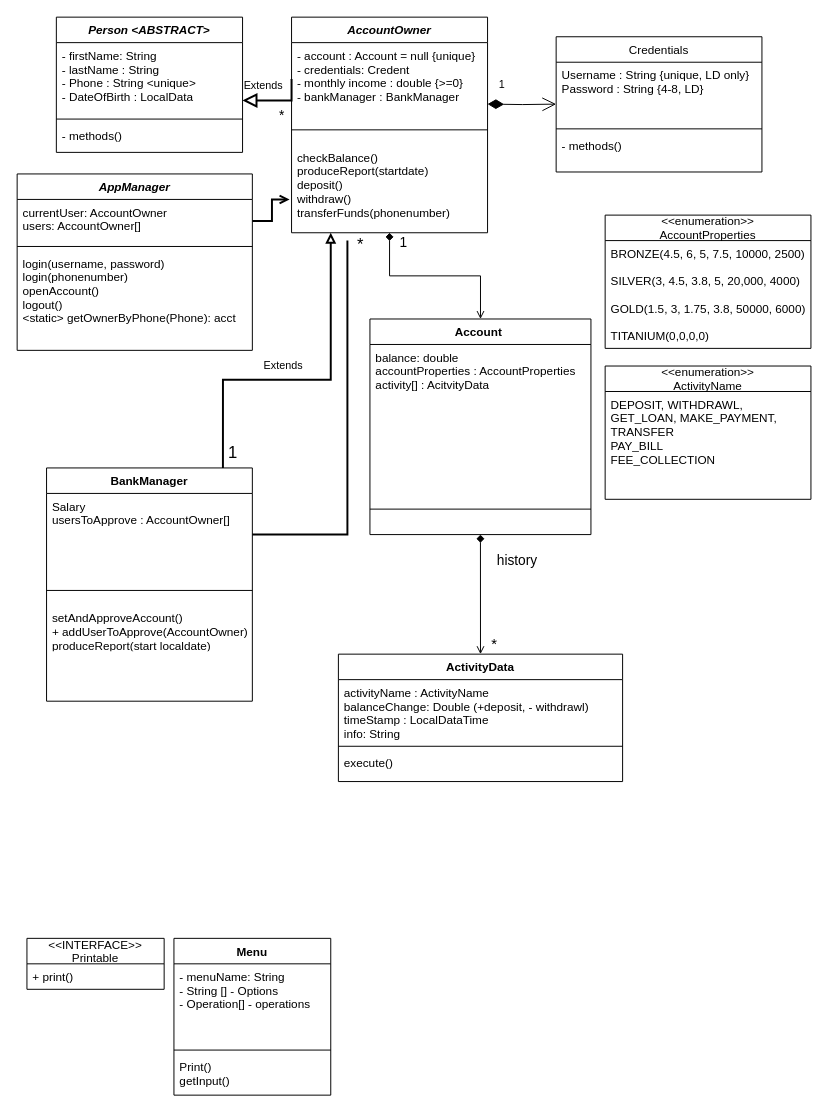
Above: Documents/BankingProjectUML.drawio in amirshac/BankingProject (draw.io), before the change. Source tidied: cells renumbered, new cells numbered last; positions are measured from the earlier drawing's top-left corner, leaving out a move shared by most shapes. Both pictures are drawn from the tidied source at 98%, with x=0, y=0 at pixel (17, 17).
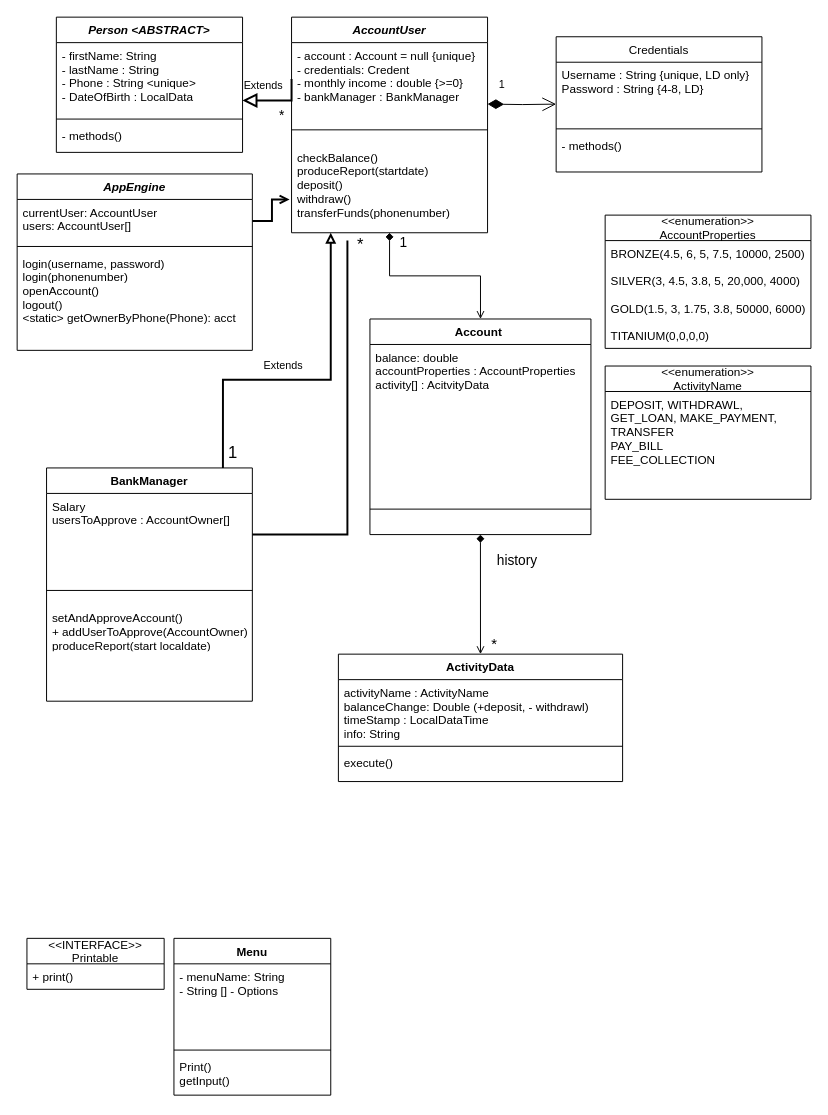
After the change.

The change refers to these unchanged cells:
```xml
<mxCell id="29" value="Menu" style="swimlane;fontStyle=1;align=center;verticalAlign=top;horizontal=1;startSize=26;" parent="1" vertex="1">
  <mxGeometry x="160" y="940" width="160" height="160" as="geometry" />
</mxCell>
```

The edit, as a diff of the source:
```diff
@@
-    <mxCell id="3" value="AccountOwner" style="swimlane;fontStyle=3;align=center;verticalAlign=top;horizontal=1;startSize=26;rounded=0;shadow=0;strokeWidth=1;" parent="1" vertex="1">
+    <mxCell id="3" value="AccountUser" style="swimlane;fontStyle=3;align=center;verticalAlign=top;horizontal=1;startSize=26;rounded=0;shadow=0;strokeWidth=1;" parent="1" vertex="1">
       <mxGeometry x="280" width="200" height="220" as="geometry" />
     </mxCell>
@@
-    <mxCell id="30" value="- menuName: String&#10;- String [] - Options&#10;- Operation[] - operations&#10;&#10;" style="text;strokeColor=none;fillColor=none;align=left;verticalAlign=top;spacingLeft=4;spacingRight=4;overflow=hidden;" parent="29" vertex="1">
+    <mxCell id="30" value="- menuName: String&#10;- String [] - Options&#10;" style="text;strokeColor=none;fillColor=none;align=left;verticalAlign=top;spacingLeft=4;spacingRight=4;overflow=hidden;" parent="29" vertex="1">
       <mxGeometry y="26" width="160" height="84" as="geometry" />
     </mxCell>
@@
-    <mxCell id="33" value="AppManager" style="swimlane;fontStyle=3;align=center;verticalAlign=top;horizontal=1;startSize=26;rounded=0;shadow=0;strokeWidth=1;" parent="1" vertex="1">
+    <mxCell id="33" value="AppEngine" style="swimlane;fontStyle=3;align=center;verticalAlign=top;horizontal=1;startSize=26;rounded=0;shadow=0;strokeWidth=1;" parent="1" vertex="1">
       <mxGeometry y="160" width="240" height="180" as="geometry" />
     </mxCell>
-    <mxCell id="34" value="currentUser: AccountOwner&#10;users: AccountOwner[]" style="text;align=left;verticalAlign=top;spacingLeft=4;spacingRight=4;overflow=hidden;points=[[0,0.5],[1,0.5]];portConstraint=eastwest;rounded=0;shadow=0;html=0;" parent="33" vertex="1">
+    <mxCell id="34" value="currentUser: AccountUser&#10;users: AccountUser[]" style="text;align=left;verticalAlign=top;spacingLeft=4;spacingRight=4;overflow=hidden;points=[[0,0.5],[1,0.5]];portConstraint=eastwest;rounded=0;shadow=0;html=0;" parent="33" vertex="1">
       <mxGeometry y="26" width="240" height="44" as="geometry" />
     </mxCell>
```
